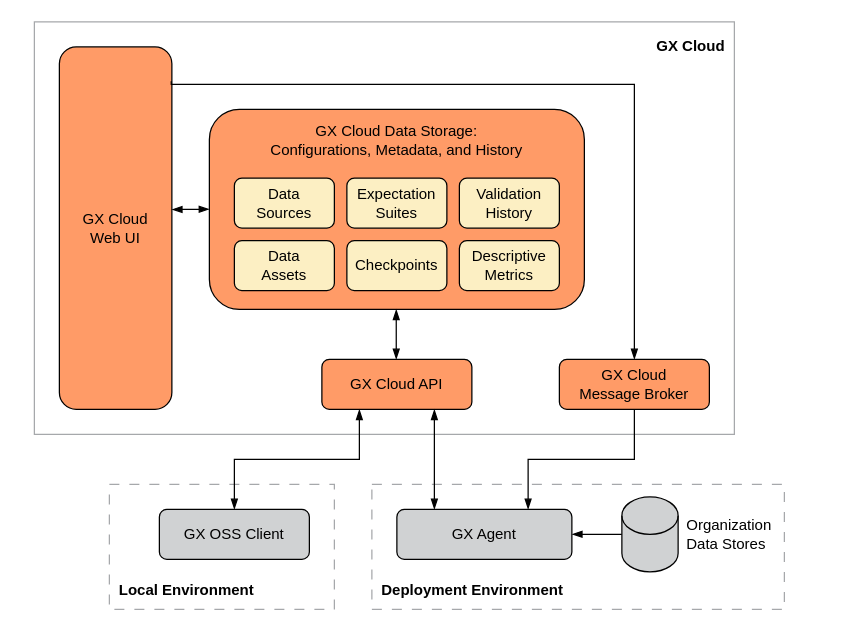
great-expectations/great_expectations keeps this draw.io diagram as page "gx-cloud-architecture" (1 of 5) of docs/docusaurus/versioned_docs/version-0.18/cloud/architecture_deployment_images/gx_cloud_architecture_and_deployment_diagrams.drawio. Above is the earlier version. Source tidied: cells renumbered, new cells numbered last; positions are measured from the earlier drawing's top-left corner, leaving out a move shared by most shapes. Both pictures are drawn from the tidied source at 125%, with x=0, y=0 at pixel (34, 21).
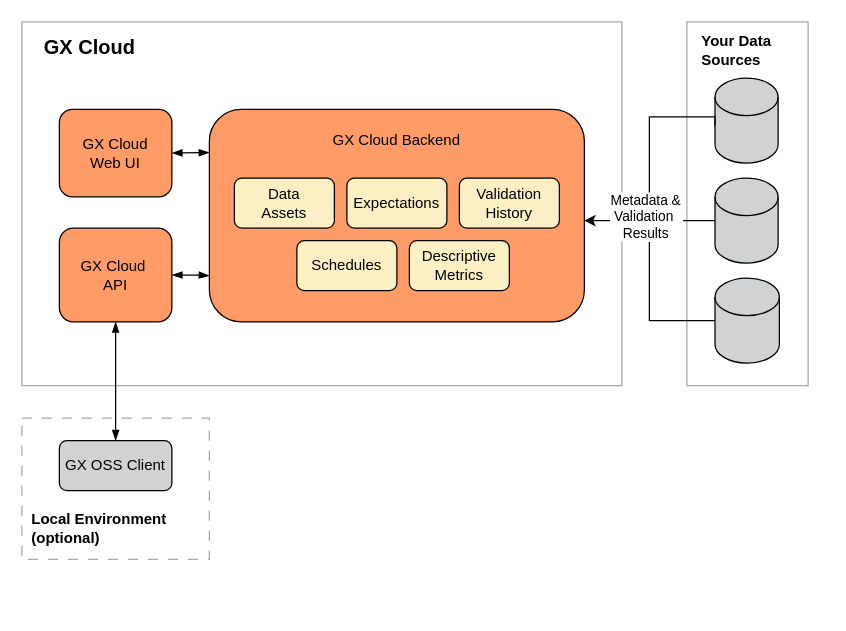
After the change.

What changed in the source:
```diff
@@
-    <mxCell id="2" style="rounded=0;whiteSpace=wrap;html=1;strokeColor=#A6A8AB;fillColor=none;dashed=1;perimeterSpacing=0;dashPattern=8 8;" parent="1" vertex="1">
-      <mxGeometry x="270" y="370" width="330" height="100" as="geometry" />
+    <mxCell id="2" style="rounded=0;whiteSpace=wrap;html=1;strokeColor=#A6A8AB;fillColor=none;perimeterSpacing=0;" parent="1" vertex="1">
+      <mxGeometry x="522" width="97" height="291" as="geometry" />
     </mxCell>
     <mxCell id="3" style="rounded=0;whiteSpace=wrap;html=1;strokeColor=#A6A8AB;fillColor=none;dashed=1;perimeterSpacing=0;dashPattern=8 8;" parent="1" vertex="1">
-      <mxGeometry x="60" y="370" width="180" height="100" as="geometry" />
+      <mxGeometry x="-10" y="317" width="150" height="113" as="geometry" />
     </mxCell>
     <mxCell id="4" style="rounded=0;whiteSpace=wrap;html=1;strokeColor=#A6A8AB;fillColor=none;" parent="1" vertex="1">
-      <mxGeometry width="560" height="330" as="geometry" />
+      <mxGeometry x="-10" width="480" height="291" as="geometry" />
     </mxCell>
     <mxCell id="5" style="rounded=1;whiteSpace=wrap;html=1;strokeWidth=1;fillColor=#FF9B67;" parent="1" vertex="1">
-      <mxGeometry x="140" y="70" width="300" height="160" as="geometry" />
+      <mxGeometry x="140" y="70" width="300" height="170" as="geometry" />
     </mxCell>
+    <mxCell id="30" style="edgeStyle=orthogonalEdgeStyle;rounded=0;jettySize=auto;html=1;exitX=0.5;exitY=0;exitDx=0;exitDy=0;entryX=0.5;entryY=1;entryDx=0;entryDy=0;startArrow=blockThin;startFill=1;endArrow=blockThin;endFill=1;" parent="1" edge="1" source="6" target="9">
+      <mxGeometry relative="1" as="geometry" />
+    </mxCell>
     <mxCell id="6" value="GX OSS Client" style="rounded=1;whiteSpace=wrap;html=1;fillColor=#d0d2d3;strokeWidth=1;" parent="1" vertex="1">
-      <mxGeometry x="100" y="390" width="120" height="40" as="geometry" />
+      <mxGeometry x="20" y="335" width="90" height="40" as="geometry" />
     </mxCell>
-    <mxCell id="7" value="GX Cloud Data Storage:&lt;br&gt;Configurations, Metadata, and History" style="text;html=1;strokeColor=none;fillColor=none;align=center;verticalAlign=middle;whiteSpace=wrap;rounded=0;" parent="1" vertex="1">
+    <mxCell id="7" value="GX Cloud Backend" style="text;html=1;strokeColor=none;fillColor=none;align=center;verticalAlign=middle;whiteSpace=wrap;rounded=0;" parent="1" vertex="1">
       <mxGeometry x="140" y="70" width="300" height="50" as="geometry" />
     </mxCell>
     <mxCell id="8" value="GX Cloud&lt;br&gt;Web UI" style="rounded=1;whiteSpace=wrap;html=1;strokeWidth=1;fillColor=#FF9B67;" parent="1" vertex="1">
-      <mxGeometry x="20" y="20" width="90" height="290" as="geometry" />
+      <mxGeometry x="20" y="70" width="90" height="70" as="geometry" />
     </mxCell>
-    <mxCell id="9" value="GX Cloud API" style="rounded=1;whiteSpace=wrap;html=1;strokeWidth=1;fillColor=#FF9B67;" parent="1" vertex="1">
-      <mxGeometry x="230" y="270" width="120" height="40" as="geometry" />
+    <mxCell id="9" value="GX Cloud&amp;nbsp;&lt;div&gt;API&lt;/div&gt;" style="rounded=1;whiteSpace=wrap;html=1;strokeWidth=1;fillColor=#FF9B67;" parent="1" vertex="1">
+      <mxGeometry x="20" y="165" width="90" height="75" as="geometry" />
     </mxCell>
-    <mxCell id="10" style="endArrow=blockThin;startArrow=blockThin;html=1;rounded=0;exitX=0.25;exitY=1;exitDx=0;exitDy=0;edgeStyle=orthogonalEdgeStyle;entryX=0.5;entryY=0;entryDx=0;entryDy=0;startFill=1;endFill=1;" parent="1" edge="1" source="9" target="6">
-      <mxGeometry relative="1" as="geometry">
-        <Array as="points">
-          <mxPoint x="260" y="350" />
-          <mxPoint x="160" y="350" />
-        </Array>
-      </mxGeometry>
-    </mxCell>
-    <mxCell id="11" value="&lt;b&gt;GX Cloud&lt;/b&gt;" style="text;html=1;strokeColor=none;fillColor=none;align=left;verticalAlign=middle;whiteSpace=wrap;rounded=0;spacing=8;" parent="1" vertex="1">
-      <mxGeometry x="490" width="70" height="40" as="geometry" />
+    <mxCell id="11" value="&lt;b&gt;&lt;font style=&quot;font-size: 16px;&quot;&gt;GX Cloud&lt;/font&gt;&lt;/b&gt;" style="text;html=1;strokeColor=none;fillColor=none;align=left;verticalAlign=middle;whiteSpace=wrap;rounded=0;spacing=8;" parent="1" vertex="1">
+      <mxGeometry width="100" height="40" as="geometry" />
     </mxCell>
-    <mxCell id="12" value="Data&lt;br&gt;Sources" style="rounded=1;whiteSpace=wrap;html=1;fillColor=#fcefc3;" parent="1" vertex="1">
-      <mxGeometry x="160" y="125" width="80" height="40" as="geometry" />
-    </mxCell>
     <mxCell id="13" value="Data&lt;br&gt;Assets" style="rounded=1;whiteSpace=wrap;html=1;fillColor=#FCEFC3;" parent="1" vertex="1">
-      <mxGeometry x="160" y="175" width="80" height="40" as="geometry" />
+      <mxGeometry x="160" y="125" width="80" height="40" as="geometry" />
     </mxCell>
-    <mxCell id="14" value="Checkpoints" style="rounded=1;whiteSpace=wrap;html=1;fillColor=#FCEFC3;" parent="1" vertex="1">
-      <mxGeometry x="250" y="175" width="80" height="40" as="geometry" />
+    <mxCell id="14" value="Schedules" style="rounded=1;whiteSpace=wrap;html=1;fillColor=#FCEFC3;" parent="1" vertex="1">
+      <mxGeometry x="210" y="175" width="80" height="40" as="geometry" />
     </mxCell>
-    <mxCell id="15" value="Expectation Suites" style="rounded=1;whiteSpace=wrap;html=1;fillColor=#FCEFC3;" parent="1" vertex="1">
+    <mxCell id="15" value="Expectations" style="rounded=1;whiteSpace=wrap;html=1;fillColor=#FCEFC3;" parent="1" vertex="1">
       <mxGeometry x="250" y="125" width="80" height="40" as="geometry" />
     </mxCell>
@@
     <mxCell id="17" value="Descriptive Metrics" style="rounded=1;whiteSpace=wrap;html=1;fillColor=#FCEFC3;" parent="1" vertex="1">
-      <mxGeometry x="340" y="175" width="80" height="40" as="geometry" />
+      <mxGeometry x="300" y="175" width="80" height="40" as="geometry" />
     </mxCell>
-    <mxCell id="18" value="GX Cloud&lt;br&gt;Message Broker" style="rounded=1;whiteSpace=wrap;html=1;strokeWidth=1;fillColor=#FF9B67;" parent="1" vertex="1">
-      <mxGeometry x="420" y="270" width="120" height="40" as="geometry" />
-    </mxCell>
     <mxCell id="19" style="endArrow=blockThin;startArrow=blockThin;html=1;rounded=0;jumpStyle=none;startFill=1;endFill=1;exitX=0;exitY=0.5;exitDx=0;exitDy=0;" parent="1" edge="1">
       <mxGeometry relative="1" as="geometry">
-        <mxPoint x="140" y="149.9" as="sourcePoint" />
-        <mxPoint x="110" y="150.1" as="targetPoint" />
+        <mxPoint x="140" y="104.6" as="sourcePoint" />
+        <mxPoint x="110" y="104.9" as="targetPoint" />
       </mxGeometry>
     </mxCell>
-    <mxCell id="20" style="endArrow=blockThin;startArrow=none;html=1;rounded=0;edgeStyle=orthogonalEdgeStyle;startFill=0;jumpStyle=arc;jumpSize=14;endFill=1;exitX=0.994;exitY=0.095;exitDx=0;exitDy=0;exitPerimeter=0;entryX=0.5;entryY=0;entryDx=0;entryDy=0;" parent="1" edge="1" source="8" target="18">
-      <mxGeometry relative="1" as="geometry">
-        <Array as="points">
-          <mxPoint x="110" y="50" />
-          <mxPoint x="480" y="50" />
-        </Array>
-      </mxGeometry>
-    </mxCell>
-    <mxCell id="21" value="&lt;b&gt;Local Environment&lt;/b&gt;" style="text;html=1;strokeColor=none;fillColor=none;align=left;verticalAlign=middle;whiteSpace=wrap;rounded=0;spacing=8;" parent="1" vertex="1">
-      <mxGeometry x="60" y="440" width="130" height="30" as="geometry" />
+    <mxCell id="21" value="&lt;b&gt;Local Environment (optional)&lt;/b&gt;" style="text;html=1;strokeColor=none;fillColor=none;align=left;verticalAlign=middle;whiteSpace=wrap;rounded=0;spacing=8;" parent="1" vertex="1">
+      <mxGeometry x="-10" y="390" width="130" height="30" as="geometry" />
     </mxCell>
-    <mxCell id="22" style="endArrow=blockThin;startArrow=none;html=1;rounded=0;edgeStyle=orthogonalEdgeStyle;endFill=1;startFill=0;exitX=0.5;exitY=1;exitDx=0;exitDy=0;entryX=0.75;entryY=0;entryDx=0;entryDy=0;" parent="1" edge="1" source="18" target="26">
-      <mxGeometry relative="1" as="geometry">
-        <Array as="points">
-          <mxPoint x="480" y="350" />
-          <mxPoint x="395" y="350" />
-        </Array>
-      </mxGeometry>
-    </mxCell>
-    <mxCell id="23" value="&lt;b&gt;Deployment Environment&lt;/b&gt;" style="text;html=1;strokeColor=none;fillColor=none;align=left;verticalAlign=middle;whiteSpace=wrap;rounded=0;spacing=8;" parent="1" vertex="1">
-      <mxGeometry x="270" y="440" width="160" height="30" as="geometry" />
-    </mxCell>
-    <mxCell id="24" value="Organization Data Stores" style="text;html=1;strokeColor=none;fillColor=none;align=left;verticalAlign=middle;whiteSpace=wrap;rounded=0;" parent="1" vertex="1">
-      <mxGeometry x="520" y="380" width="80" height="60" as="geometry" />
+    <mxCell id="24" value="&lt;b&gt;Your Data Sources&lt;/b&gt;" style="text;html=1;strokeColor=none;fillColor=none;align=left;verticalAlign=middle;whiteSpace=wrap;rounded=0;" parent="1" vertex="1">
+      <mxGeometry x="532" y="3" width="100" height="40" as="geometry" />
     </mxCell>
-    <mxCell id="25" style="endArrow=blockThin;startArrow=none;html=1;rounded=0;edgeStyle=orthogonalEdgeStyle;endFill=1;startFill=0;" parent="1" edge="1">
-      <mxGeometry relative="1" as="geometry">
-        <mxPoint x="470" y="409.9" as="sourcePoint" />
-        <mxPoint x="430" y="409.9" as="targetPoint" />
-        <Array as="points">
-          <mxPoint x="460" y="409.9" />
-          <mxPoint x="460" y="409.9" />
-        </Array>
-      </mxGeometry>
-    </mxCell>
-    <mxCell id="26" value="GX Agent" style="rounded=1;whiteSpace=wrap;html=1;glass=0;strokeWidth=1;fillColor=#D0D2D3;" parent="1" vertex="1">
-      <mxGeometry x="290" y="390" width="140" height="40" as="geometry" />
-    </mxCell>
-    <mxCell id="27" style="endArrow=blockThin;startArrow=blockThin;html=1;rounded=0;jumpStyle=none;endFill=1;startFill=1;" parent="1" edge="1">
-      <mxGeometry relative="1" as="geometry">
-        <mxPoint x="320" y="310" as="sourcePoint" />
-        <mxPoint x="320" y="390" as="targetPoint" />
-      </mxGeometry>
-    </mxCell>
-    <mxCell id="28" style="endArrow=blockThin;startArrow=blockThin;html=1;rounded=0;jumpStyle=none;endFill=1;startFill=1;" parent="1" edge="1">
-      <mxGeometry relative="1" as="geometry">
-        <mxPoint x="289.5" y="270" as="sourcePoint" />
-        <mxPoint x="289.5" y="230" as="targetPoint" />
-      </mxGeometry>
-    </mxCell>
-    <mxCell id="29" style="shape=cylinder3;whiteSpace=wrap;html=1;boundedLbl=1;backgroundOutline=1;size=15;strokeWidth=1;fillColor=#D0D2D3;" parent="1" vertex="1">
-      <mxGeometry x="470" y="380" width="45" height="60" as="geometry" />
-    </mxCell>
+    <mxCell id="31" style="edgeStyle=orthogonalEdgeStyle;rounded=0;jettySize=auto;html=1;startArrow=blockThin;startFill=1;endArrow=blockThin;endFill=1;" parent="1" edge="1" source="9">
+      <mxGeometry relative="1" as="geometry">
+        <mxPoint x="140" y="203" as="targetPoint" />
+        <Array as="points">
+          <mxPoint x="130" y="203" />
+          <mxPoint x="140" y="203" />
+        </Array>
+      </mxGeometry>
+    </mxCell>
+    <mxCell id="32" style="shape=cylinder3;whiteSpace=wrap;html=1;boundedLbl=1;backgroundOutline=1;size=15;strokeWidth=1;fillColor=#D0D2D3;" parent="1" vertex="1">
+      <mxGeometry x="544.5" y="45" width="50.5" height="68" as="geometry" />
+    </mxCell>
+    <mxCell id="33" style="shape=cylinder3;whiteSpace=wrap;html=1;boundedLbl=1;backgroundOutline=1;size=15;strokeWidth=1;fillColor=#D0D2D3;" parent="1" vertex="1">
+      <mxGeometry x="544.5" y="205" width="51.5" height="68" as="geometry" />
+    </mxCell>
+    <mxCell id="34" style="edgeStyle=orthogonalEdgeStyle;rounded=0;orthogonalLoop=1;jettySize=auto;html=1;entryX=1;entryY=0.5;entryDx=0;entryDy=0;" parent="1" edge="1">
+      <mxGeometry relative="1" as="geometry">
+        <mxPoint x="544.5" y="83" as="sourcePoint" />
+        <mxPoint x="440" y="159" as="targetPoint" />
+        <Array as="points">
+          <mxPoint x="545" y="76" />
+          <mxPoint x="492" y="76" />
+          <mxPoint x="492" y="159" />
+        </Array>
+      </mxGeometry>
+    </mxCell>
+    <mxCell id="35" value="Metadata &amp;amp;&lt;div&gt;Validation&amp;nbsp;&lt;div&gt;&lt;div&gt;Results&lt;/div&gt;&lt;/div&gt;&lt;/div&gt;" style="edgeLabel;html=1;align=center;verticalAlign=middle;" parent="34" vertex="1">
+      <mxGeometry x="0.23" relative="1" as="geometry">
+        <mxPoint x="-4" y="19" as="offset" />
+      </mxGeometry>
+    </mxCell>
+    <mxCell id="36" style="shape=cylinder3;whiteSpace=wrap;html=1;boundedLbl=1;backgroundOutline=1;size=15;strokeWidth=1;fillColor=#D0D2D3;" parent="1" vertex="1">
+      <mxGeometry x="544.5" y="125" width="50.5" height="68" as="geometry" />
+    </mxCell>
+    <mxCell id="37" style="edgeStyle=orthogonalEdgeStyle;rounded=0;jettySize=auto;html=1;exitX=0;exitY=0.5;exitDx=0;exitDy=0;exitPerimeter=0;endArrow=none;endFill=0;" parent="1" edge="1" source="36">
+      <mxGeometry relative="1" as="geometry">
+        <mxPoint x="519" y="159" as="targetPoint" />
+      </mxGeometry>
+    </mxCell>
+    <mxCell id="38" style="edgeStyle=orthogonalEdgeStyle;rounded=0;jettySize=auto;html=1;exitX=0;exitY=0.5;exitDx=0;exitDy=0;exitPerimeter=0;endArrow=none;endFill=0;" parent="1" edge="1" source="33">
+      <mxGeometry relative="1" as="geometry">
+        <mxPoint x="492" y="176" as="targetPoint" />
+        <Array as="points">
+          <mxPoint x="492" y="239" />
+        </Array>
+      </mxGeometry>
+    </mxCell>
```
